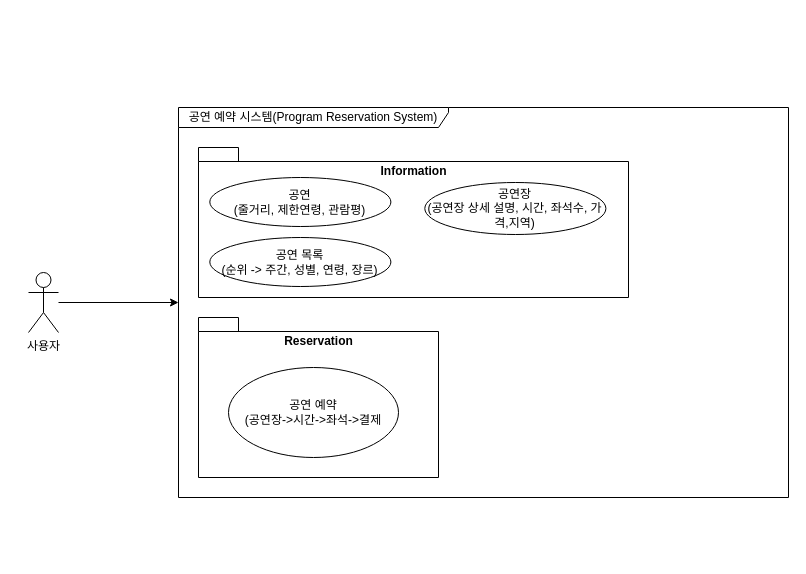
Before: page "ST2" (3 of 4) of requirements.drawio in hunjuly/rehearsal, a draw.io diagram. Source tidied: cells renumbered, new cells numbered last; positions are measured from the earlier drawing's top-left corner, leaving out a move shared by most shapes. Both pictures are drawn from the tidied source at 100%, with x=0, y=0 at pixel (28, 107).
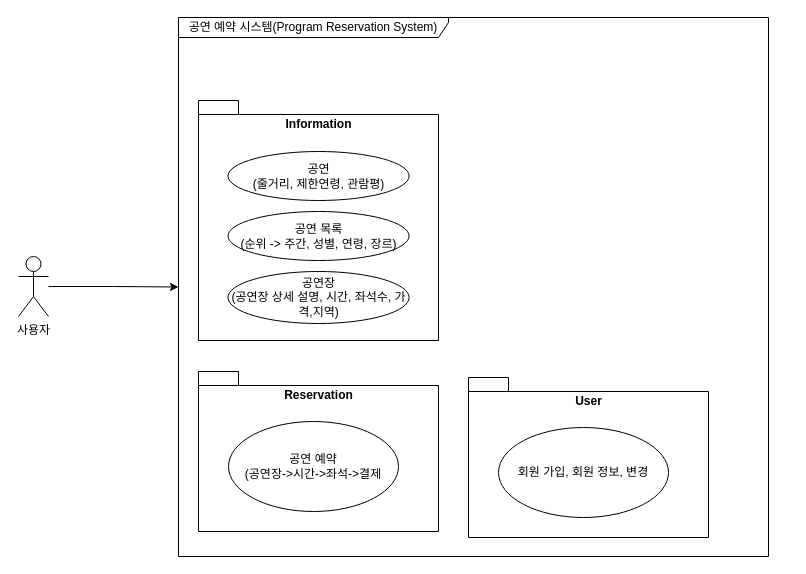
Above is the later version.

What changed in the source:
```diff
@@
 <mxGraphModel>
   <root>
     <mxCell id="0" />
     <mxCell id="1" parent="0" />
     <mxCell id="2" value="공연 예약 시스템(Program Reservation System)" style="shape=umlFrame;whiteSpace=wrap;html=1;width=270;height=20;" parent="1" vertex="1">
-      <mxGeometry x="150" width="610" height="390" as="geometry" />
+      <mxGeometry x="150" y="-90" width="590" height="539" as="geometry" />
     </mxCell>
     <mxCell id="3" style="edgeStyle=orthogonalEdgeStyle;rounded=0;jettySize=auto;html=1;" parent="1" edge="1" source="4" target="2">
       <mxGeometry relative="1" as="geometry" />
     </mxCell>
     <mxCell id="4" value="사용자" style="shape=umlActor;verticalLabelPosition=bottom;verticalAlign=top;html=1;outlineConnect=0;" parent="1" vertex="1">
-      <mxGeometry y="165" width="30" height="60" as="geometry" />
+      <mxGeometry x="-10" y="149" width="30" height="60" as="geometry" />
     </mxCell>
-    <mxCell id="5" style="group;verticalAlign=top;" parent="1" vertex="1">
-      <mxGeometry x="170" y="40" width="430" height="150" as="geometry" />
-    </mxCell>
+    <mxCell id="10" style="group;" parent="1" vertex="1">
+      <mxGeometry x="170" y="264" width="240" height="160" as="geometry" />
+    </mxCell>
+    <mxCell id="11" value="Reservation" style="shape=folder;fontStyle=1;spacingTop=10;tabWidth=40;tabHeight=14;tabPosition=left;html=1;verticalAlign=top;" parent="10" vertex="1">
+      <mxGeometry width="240" height="160" as="geometry" />
+    </mxCell>
+    <mxCell id="12" value="공연 예약&lt;br&gt;(공연장-&amp;gt;시간-&amp;gt;좌석-&amp;gt;결제" style="ellipse;whiteSpace=wrap;html=1;" parent="10" vertex="1">
+      <mxGeometry x="30" y="50" width="170" height="90" as="geometry" />
+    </mxCell>
-    <mxCell id="6" value="Information" style="shape=folder;fontStyle=1;spacingTop=10;tabWidth=40;tabHeight=14;tabPosition=left;html=1;verticalAlign=top;" parent="5" vertex="1">
-      <mxGeometry width="430" height="150" as="geometry" />
+    <mxCell id="6" value="Information" style="shape=folder;fontStyle=1;spacingTop=10;tabWidth=40;tabHeight=14;tabPosition=left;html=1;verticalAlign=top;" parent="1" vertex="1">
+      <mxGeometry x="170" y="-7" width="240" height="240" as="geometry" />
     </mxCell>
-    <mxCell id="7" value="공연&lt;br&gt;(&lt;span style=&quot;text-align: left;&quot;&gt;줄거리, 제한연령, 관람평)&lt;/span&gt;" style="ellipse;whiteSpace=wrap;html=1;" parent="5" vertex="1">
-      <mxGeometry x="11.3" y="30" width="181.1" height="49" as="geometry" />
+    <mxCell id="7" value="공연&lt;br&gt;(&lt;span style=&quot;text-align: left;&quot;&gt;줄거리, 제한연령, 관람평)&lt;/span&gt;" style="ellipse;whiteSpace=wrap;html=1;" parent="1" vertex="1">
+      <mxGeometry x="199.5" y="44" width="181.1" height="49" as="geometry" />
     </mxCell>
-    <mxCell id="8" value="공연 목록&lt;br&gt;(&lt;span style=&quot;text-align: left;&quot;&gt;순위 -&amp;gt; 주간, 성별, 연령, 장르)&lt;/span&gt;" style="ellipse;whiteSpace=wrap;html=1;" parent="5" vertex="1">
-      <mxGeometry x="11.3" y="90" width="181.1" height="49" as="geometry" />
+    <mxCell id="8" value="공연 목록&lt;br&gt;(&lt;span style=&quot;text-align: left;&quot;&gt;순위 -&amp;gt; 주간, 성별, 연령, 장르)&lt;/span&gt;" style="ellipse;whiteSpace=wrap;html=1;" parent="1" vertex="1">
+      <mxGeometry x="199.5" y="104" width="181.1" height="49" as="geometry" />
     </mxCell>
-    <mxCell id="9" value="공연장&lt;br&gt;(&lt;span style=&quot;text-align: left;&quot;&gt;공연장 상세 설명, 시간, 좌석수, 가격,지역)&lt;/span&gt;" style="ellipse;whiteSpace=wrap;html=1;" parent="5" vertex="1">
-      <mxGeometry x="226.3" y="35" width="181.1" height="52" as="geometry" />
+    <mxCell id="9" value="공연장&lt;br&gt;(&lt;span style=&quot;text-align: left;&quot;&gt;공연장 상세 설명, 시간, 좌석수, 가격,지역)&lt;/span&gt;" style="ellipse;whiteSpace=wrap;html=1;" parent="1" vertex="1">
+      <mxGeometry x="199.5" y="164" width="181.1" height="52" as="geometry" />
     </mxCell>
-    <mxCell id="10" style="group;" parent="1" vertex="1">
-      <mxGeometry x="170" y="210" width="240" height="160" as="geometry" />
-    </mxCell>
-    <mxCell id="11" value="Reservation" style="shape=folder;fontStyle=1;spacingTop=10;tabWidth=40;tabHeight=14;tabPosition=left;html=1;verticalAlign=top;" parent="10" vertex="1">
-      <mxGeometry width="240" height="160" as="geometry" />
-    </mxCell>
-    <mxCell id="12" value="공연 예약&lt;br&gt;(공연장-&amp;gt;시간-&amp;gt;좌석-&amp;gt;결제" style="ellipse;whiteSpace=wrap;html=1;" parent="10" vertex="1">
-      <mxGeometry x="30" y="50" width="170" height="90" as="geometry" />
-    </mxCell>
+    <mxCell id="13" style="group;" parent="1" vertex="1">
+      <mxGeometry x="440" y="270" width="240" height="160" as="geometry" />
+    </mxCell>
+    <mxCell id="14" value="User" style="shape=folder;fontStyle=1;spacingTop=10;tabWidth=40;tabHeight=14;tabPosition=left;html=1;verticalAlign=top;" parent="13" vertex="1">
+      <mxGeometry width="240" height="160" as="geometry" />
+    </mxCell>
+    <mxCell id="15" value="회원 가입, 회원 정보, 변경" style="ellipse;whiteSpace=wrap;html=1;" parent="13" vertex="1">
+      <mxGeometry x="30" y="50" width="170" height="90" as="geometry" />
+    </mxCell>
   </root>
 </mxGraphModel>
```
